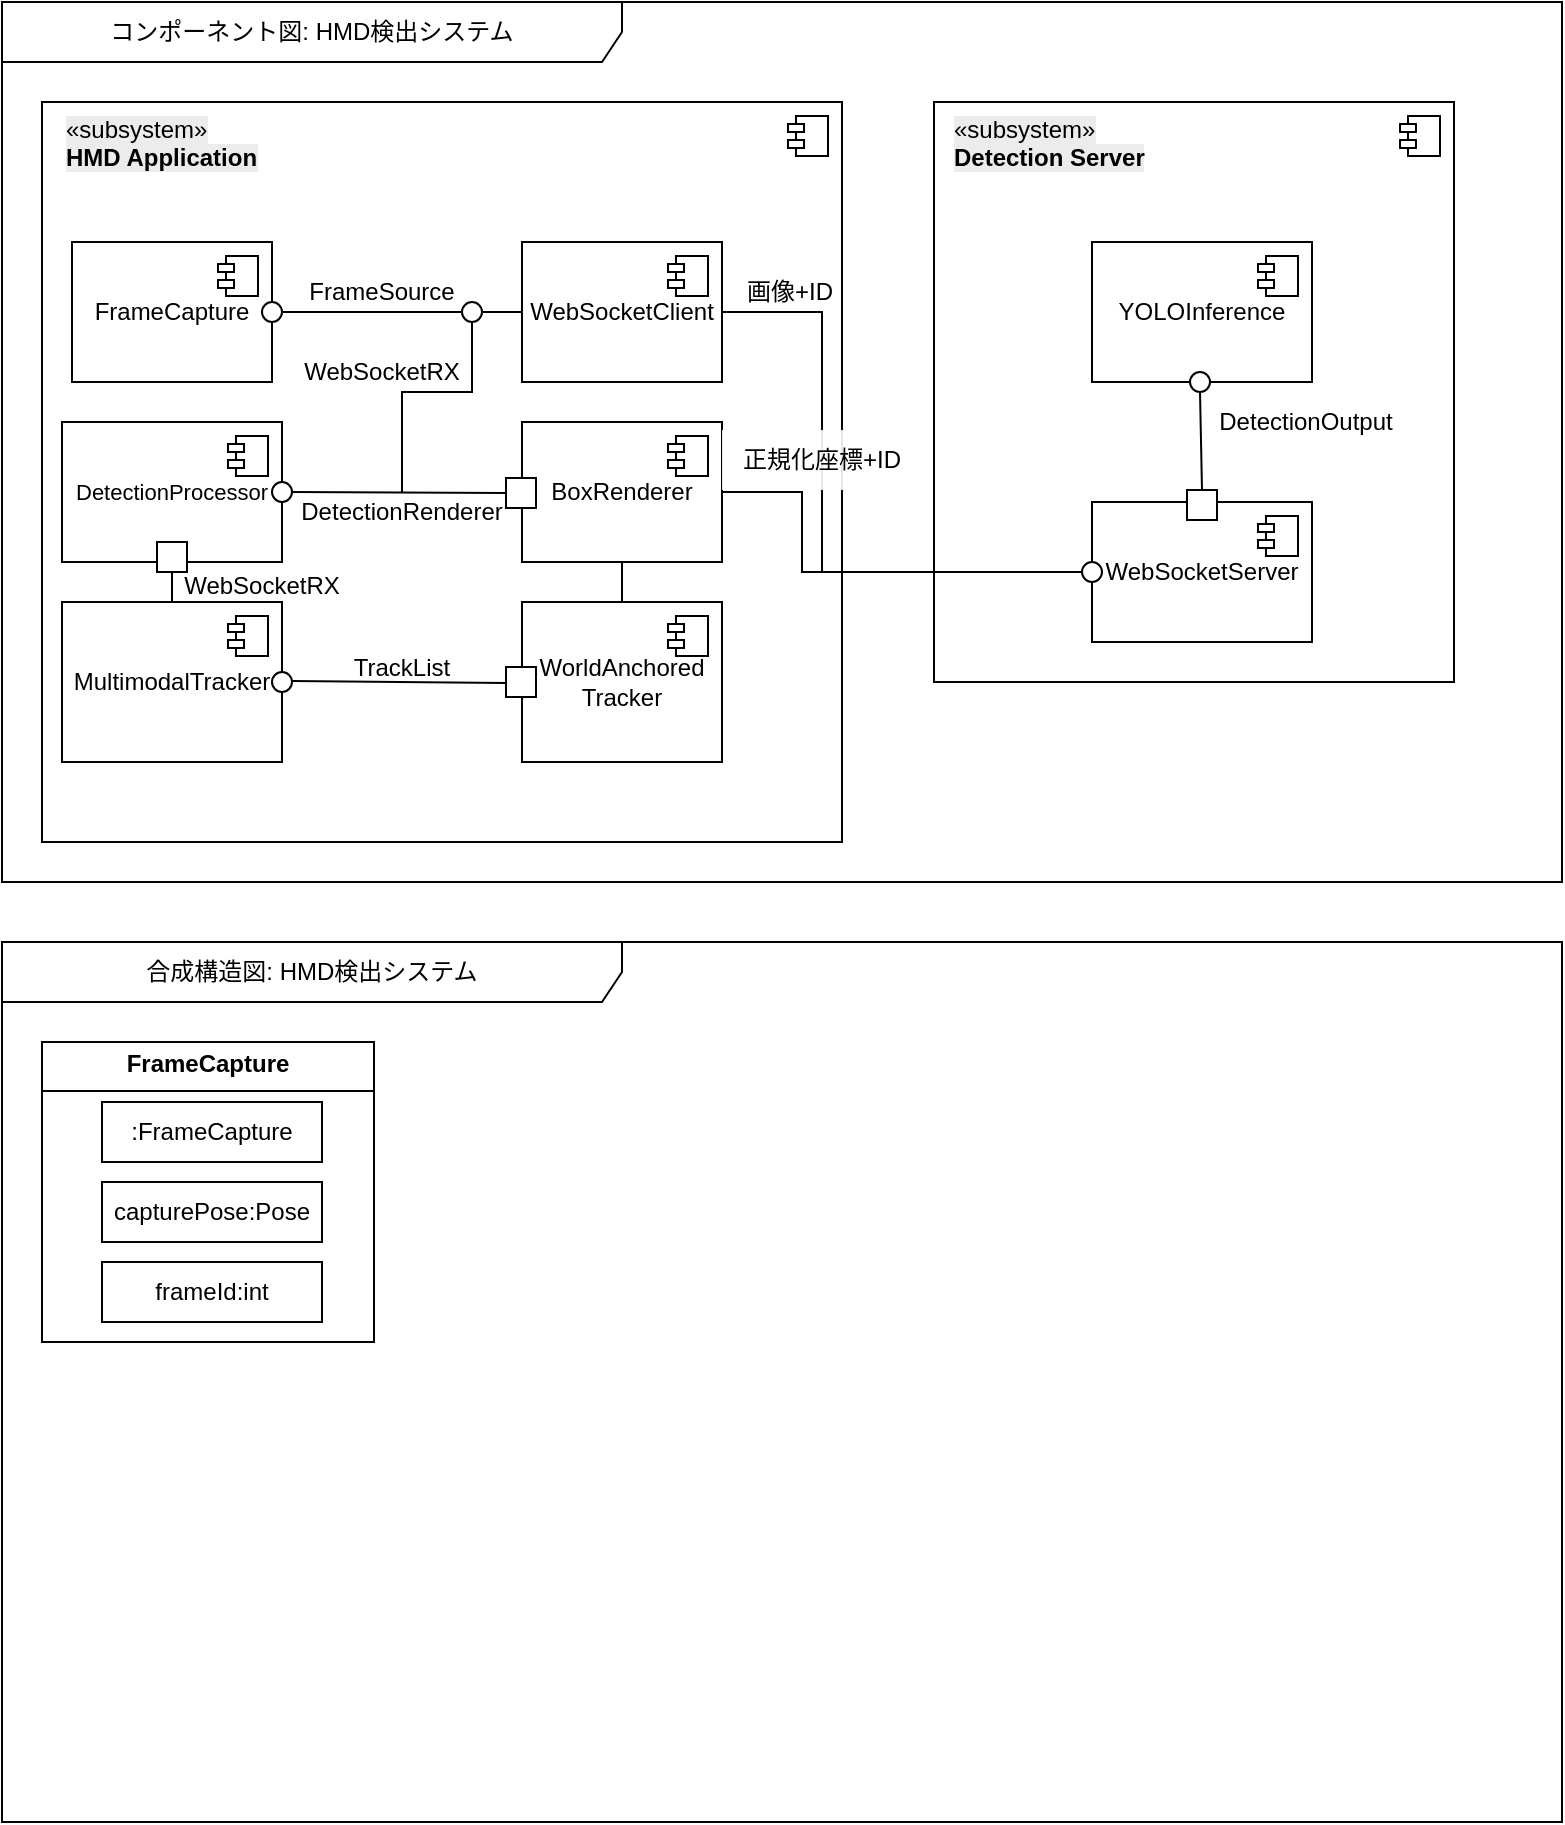
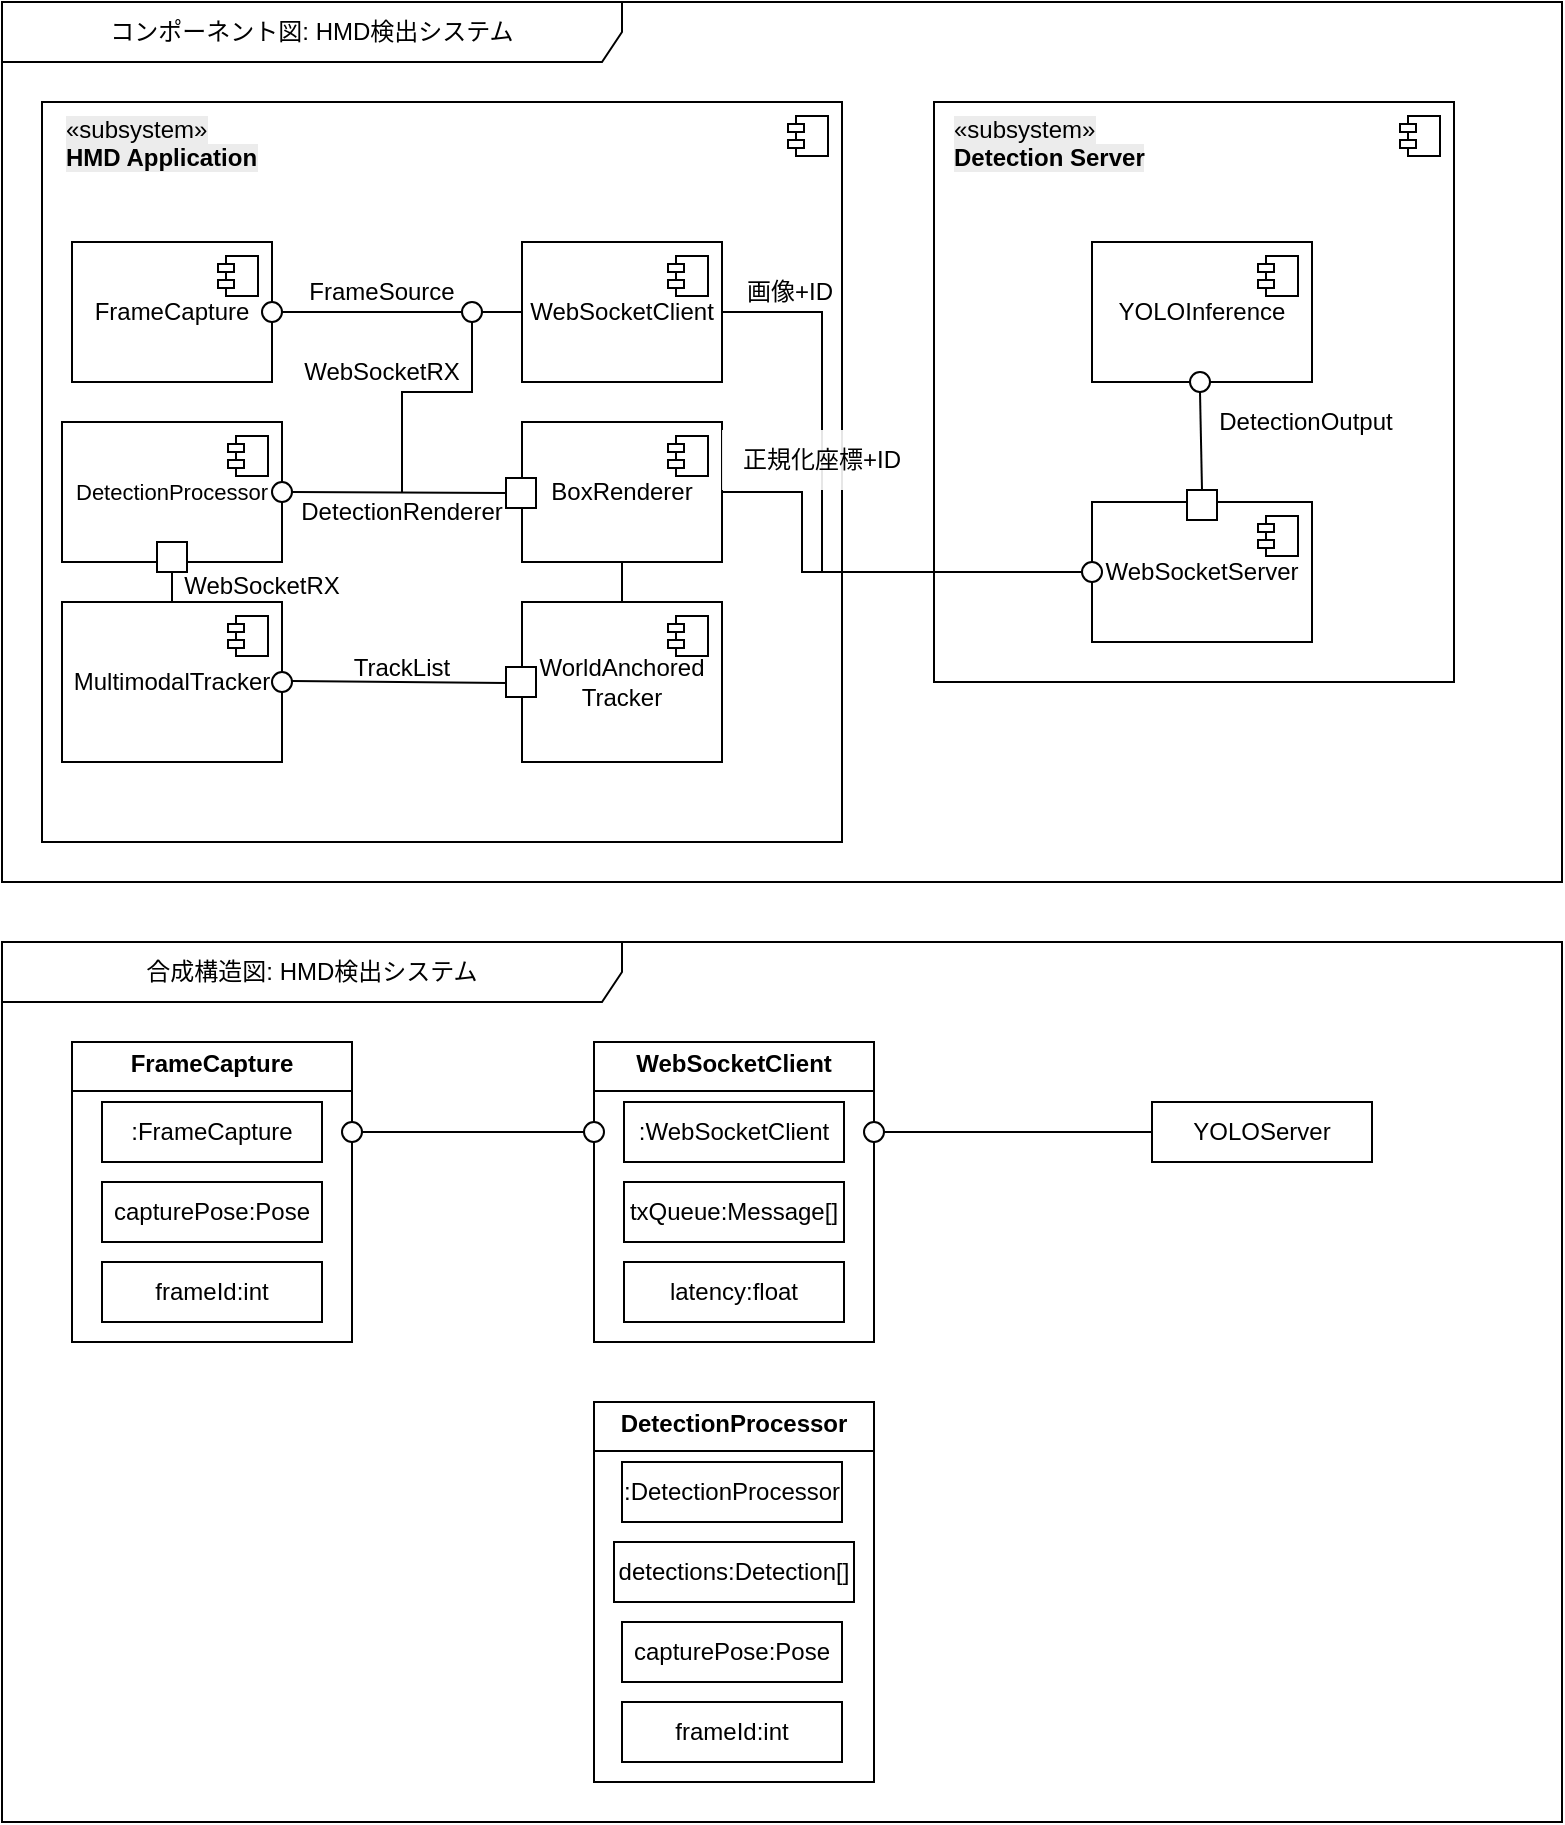
<mxfile host="app.diagrams.net">
  <diagram name="ページ-1" id="DtH6AvwE5zcW3kwFTXOg">
-     <mxGraphModel dx="803" dy="446" grid="1" gridSize="10" guides="1" tooltips="1" connect="1" arrows="1" fold="1" page="1" pageScale="1" pageWidth="827" pageHeight="1169" math="0" shadow="0">
+     <mxGraphModel dx="1609" dy="918" grid="1" gridSize="10" guides="1" tooltips="1" connect="1" arrows="1" fold="1" page="1" pageScale="1" pageWidth="827" pageHeight="1169" math="0" shadow="0">
      <root>
        <mxCell id="0" />
        <mxCell id="1" parent="0" />
        <mxCell id="3QeEdlnvxezNMO2gkXxy-1" parent="1" style="shape=umlFrame;whiteSpace=wrap;html=1;pointerEvents=0;width=310;height=30;" value="コンポーネント図: HMD検出システム" vertex="1">
          <mxGeometry height="440" width="780" x="24" y="10" as="geometry" />
        </mxCell>
        <mxCell id="3QeEdlnvxezNMO2gkXxy-2" parent="1" style="html=1;dropTarget=0;whiteSpace=wrap;align=left;" value="" vertex="1">
          <mxGeometry height="370" width="400" x="44" y="60" as="geometry" />
        </mxCell>
        <mxCell id="3QeEdlnvxezNMO2gkXxy-3" parent="3QeEdlnvxezNMO2gkXxy-2" style="shape=module;jettyWidth=8;jettyHeight=4;" value="" vertex="1">
          <mxGeometry height="20" relative="1" width="20" x="1" as="geometry">
            <mxPoint x="-27" y="7" as="offset" />
          </mxGeometry>
        </mxCell>
        <mxCell id="3QeEdlnvxezNMO2gkXxy-4" parent="1" style="text;whiteSpace=wrap;html=1;" value="&lt;span&gt;&lt;span style=&quot;color: rgb(0, 0, 0); font-family: Helvetica; font-size: 12px; font-style: normal; font-variant-ligatures: normal; font-variant-caps: normal; font-weight: 400; letter-spacing: normal; orphans: 2; text-align: left; text-indent: 0px; text-transform: none; widows: 2; word-spacing: 0px; -webkit-text-stroke-width: 0px; white-space: normal; text-decoration-thickness: initial; text-decoration-style: initial; text-decoration-color: initial; float: none; display: inline !important; background-color: rgb(236, 236, 236);&quot;&gt;«subsystem»&lt;/span&gt;&lt;br style=&quot;forced-color-adjust: none; color: rgb(0, 0, 0); font-family: Helvetica; font-size: 12px; font-style: normal; font-variant-ligatures: normal; font-variant-caps: normal; font-weight: 400; letter-spacing: normal; orphans: 2; text-align: left; text-indent: 0px; text-transform: none; widows: 2; word-spacing: 0px; -webkit-text-stroke-width: 0px; white-space: normal; text-decoration-thickness: initial; text-decoration-style: initial; text-decoration-color: initial; background-color: rgb(236, 236, 236);&quot;&gt;&lt;b style=&quot;forced-color-adjust: none; color: rgb(0, 0, 0); font-family: Helvetica; font-size: 12px; font-style: normal; font-variant-ligatures: normal; font-variant-caps: normal; letter-spacing: normal; orphans: 2; text-align: left; text-indent: 0px; text-transform: none; widows: 2; word-spacing: 0px; -webkit-text-stroke-width: 0px; white-space: normal; text-decoration-thickness: initial; text-decoration-style: initial; text-decoration-color: initial; background-color: rgb(236, 236, 236);&quot;&gt;HMD Application&lt;/b&gt;&lt;/span&gt;" vertex="1">
          <mxGeometry height="50" width="130" x="54" y="60" as="geometry" />
        </mxCell>
        <mxCell id="3QeEdlnvxezNMO2gkXxy-5" parent="1" style="html=1;dropTarget=0;whiteSpace=wrap;" value="FrameCapture" vertex="1">
          <mxGeometry height="70" width="100" x="59" y="130" as="geometry" />
        </mxCell>
        <mxCell id="3QeEdlnvxezNMO2gkXxy-6" parent="3QeEdlnvxezNMO2gkXxy-5" style="shape=module;jettyWidth=8;jettyHeight=4;" value="" vertex="1">
          <mxGeometry height="20" relative="1" width="20" x="1" as="geometry">
            <mxPoint x="-27" y="7" as="offset" />
          </mxGeometry>
        </mxCell>
        <mxCell id="3QeEdlnvxezNMO2gkXxy-7" parent="1" style="html=1;dropTarget=0;whiteSpace=wrap;" value="WebSocketClient&lt;span style=&quot;color: rgba(0, 0, 0, 0); font-family: monospace; font-size: 0px; text-align: start; text-wrap-mode: nowrap;&quot;&gt;%3CmxGraphModel%3E%3Croot%3E%3CmxCell%20id%3D%220%22%2F%3E%3CmxCell%20id%3D%221%22%20parent%3D%220%22%2F%3E%3CmxCell%20id%3D%222%22%20parent%3D%221%22%20style%3D%22html%3D1%3BdropTarget%3D0%3BwhiteSpace%3Dwrap%3B%22%20value%3D%22FrameCapture%22%20vertex%3D%221%22%3E%3CmxGeometry%20height%3D%2270%22%20width%3D%22100%22%20x%3D%2250%22%20y%3D%22150%22%20as%3D%22geometry%22%2F%3E%3C%2FmxCell%3E%3CmxCell%20id%3D%223%22%20parent%3D%222%22%20style%3D%22shape%3Dmodule%3BjettyWidth%3D8%3BjettyHeight%3D4%3B%22%20value%3D%22%22%20vertex%3D%221%22%3E%3CmxGeometry%20height%3D%2220%22%20relative%3D%221%22%20width%3D%2220%22%20x%3D%221%22%20as%3D%22geometry%22%3E%3CmxPoint%20x%3D%22-27%22%20y%3D%227%22%20as%3D%22offset%22%2F%3E%3C%2FmxGeometry%3E%3C%2FmxCell%3E%3C%2Froot%3E%3C%2FmxGraphModel%3E&lt;/span&gt;&lt;span style=&quot;color: rgba(0, 0, 0, 0); font-family: monospace; font-size: 0px; text-align: start; text-wrap-mode: nowrap;&quot;&gt;%3CmxGraphModel%3E%3Croot%3E%3CmxCell%20id%3D%220%22%2F%3E%3CmxCell%20id%3D%221%22%20parent%3D%220%22%2F%3E%3CmxCell%20id%3D%222%22%20parent%3D%221%22%20style%3D%22html%3D1%3BdropTarget%3D0%3BwhiteSpace%3Dwrap%3B%22%20value%3D%22FrameCapture%22%20vertex%3D%221%22%3E%3CmxGeometry%20height%3D%2270%22%20width%3D%22100%22%20x%3D%2250%22%20y%3D%22150%22%20as%3D%22geometry%22%2F%3E%3C%2FmxCell%3E%3CmxCell%20id%3D%223%22%20parent%3D%222%22%20style%3D%22shape%3Dmodule%3BjettyWidth%3D8%3BjettyHeight%3D4%3B%22%20value%3D%22%22%20vertex%3D%221%22%3E%3CmxGeometry%20height%3D%2220%22%20relative%3D%221%22%20width%3D%2220%22%20x%3D%221%22%20as%3D%22geometry%22%3E%3CmxPoint%20x%3D%22-27%22%20y%3D%227%22%20as%3D%22offset%22%2F%3E%3C%2FmxGeometry%3E%3C%2FmxCell%3E%3C%2Froot%3E%3C%2FmxGraphModel%3E&lt;/span&gt;" vertex="1">
          <mxGeometry height="70" width="100" x="284" y="130" as="geometry" />
        </mxCell>
        <mxCell id="3QeEdlnvxezNMO2gkXxy-8" parent="3QeEdlnvxezNMO2gkXxy-7" style="shape=module;jettyWidth=8;jettyHeight=4;" value="" vertex="1">
          <mxGeometry height="20" relative="1" width="20" x="1" as="geometry">
            <mxPoint x="-27" y="7" as="offset" />
          </mxGeometry>
        </mxCell>
        <mxCell id="3QeEdlnvxezNMO2gkXxy-9" parent="1" style="html=1;dropTarget=0;whiteSpace=wrap;" value="&lt;font style=&quot;font-size: 11px;&quot;&gt;DetectionProcessor&lt;/font&gt;" vertex="1">
          <mxGeometry height="70" width="110" x="54" y="220" as="geometry" />
        </mxCell>
        <mxCell id="3QeEdlnvxezNMO2gkXxy-10" parent="3QeEdlnvxezNMO2gkXxy-9" style="shape=module;jettyWidth=8;jettyHeight=4;" value="" vertex="1">
          <mxGeometry height="20" relative="1" width="20" x="1" as="geometry">
            <mxPoint x="-27" y="7" as="offset" />
          </mxGeometry>
        </mxCell>
        <mxCell id="3QeEdlnvxezNMO2gkXxy-11" parent="1" style="html=1;dropTarget=0;whiteSpace=wrap;" value="BoxRenderer" vertex="1">
          <mxGeometry height="70" width="100" x="284" y="220" as="geometry" />
        </mxCell>
        <mxCell id="3QeEdlnvxezNMO2gkXxy-12" parent="3QeEdlnvxezNMO2gkXxy-11" style="shape=module;jettyWidth=8;jettyHeight=4;" value="" vertex="1">
          <mxGeometry height="20" relative="1" width="20" x="1" as="geometry">
            <mxPoint x="-27" y="7" as="offset" />
          </mxGeometry>
        </mxCell>
        <mxCell id="3QeEdlnvxezNMO2gkXxy-13" parent="1" style="html=1;dropTarget=0;whiteSpace=wrap;" value="MultimodalTracker" vertex="1">
          <mxGeometry height="80" width="110" x="54" y="310" as="geometry" />
        </mxCell>
        <mxCell id="3QeEdlnvxezNMO2gkXxy-14" parent="3QeEdlnvxezNMO2gkXxy-13" style="shape=module;jettyWidth=8;jettyHeight=4;" value="" vertex="1">
          <mxGeometry height="20" relative="1" width="20" x="1" as="geometry">
            <mxPoint x="-27" y="7" as="offset" />
          </mxGeometry>
        </mxCell>
        <mxCell id="3QeEdlnvxezNMO2gkXxy-15" parent="1" style="html=1;dropTarget=0;whiteSpace=wrap;" value="WorldAnchored&lt;div&gt;Tracker&lt;/div&gt;" vertex="1">
          <mxGeometry height="80" width="100" x="284" y="310" as="geometry" />
        </mxCell>
        <mxCell id="3QeEdlnvxezNMO2gkXxy-16" parent="3QeEdlnvxezNMO2gkXxy-15" style="shape=module;jettyWidth=8;jettyHeight=4;" value="" vertex="1">
          <mxGeometry height="20" relative="1" width="20" x="1" as="geometry">
            <mxPoint x="-27" y="7" as="offset" />
          </mxGeometry>
        </mxCell>
        <mxCell id="3QeEdlnvxezNMO2gkXxy-18" parent="1" style="ellipse;whiteSpace=wrap;html=1;aspect=fixed;" value="" vertex="1">
          <mxGeometry height="10" width="10" x="154" y="160" as="geometry" />
        </mxCell>
        <mxCell id="3QeEdlnvxezNMO2gkXxy-19" edge="1" parent="1" source="3QeEdlnvxezNMO2gkXxy-18" style="endArrow=none;html=1;rounded=0;exitX=1;exitY=0.5;exitDx=0;exitDy=0;entryX=0;entryY=0.5;entryDx=0;entryDy=0;" target="3QeEdlnvxezNMO2gkXxy-7" value="">
          <mxGeometry height="50" relative="1" width="50" as="geometry">
            <mxPoint x="214" y="180.90909090909088" as="sourcePoint" />
            <mxPoint x="214" y="199.09090909090912" as="targetPoint" />
          </mxGeometry>
        </mxCell>
        <mxCell id="3QeEdlnvxezNMO2gkXxy-20" parent="1" style="ellipse;whiteSpace=wrap;html=1;aspect=fixed;" value="" vertex="1">
          <mxGeometry height="10" width="10" x="159" y="250" as="geometry" />
        </mxCell>
        <mxCell id="3QeEdlnvxezNMO2gkXxy-21" parent="1" style="whiteSpace=wrap;html=1;aspect=fixed;" value="" vertex="1">
          <mxGeometry height="15" width="15" x="276" y="248" as="geometry" />
        </mxCell>
        <mxCell id="3QeEdlnvxezNMO2gkXxy-22" edge="1" parent="1" source="3QeEdlnvxezNMO2gkXxy-21" style="endArrow=none;html=1;rounded=0;entryX=1;entryY=0.5;entryDx=0;entryDy=0;exitX=0;exitY=0.5;exitDx=0;exitDy=0;" target="3QeEdlnvxezNMO2gkXxy-20" value="">
          <mxGeometry height="50" relative="1" width="50" as="geometry">
            <Array as="points" />
            <mxPoint x="314" y="310" as="sourcePoint" />
            <mxPoint x="364" y="260" as="targetPoint" />
          </mxGeometry>
        </mxCell>
        <mxCell id="3QeEdlnvxezNMO2gkXxy-23" edge="1" parent="1" style="endArrow=none;html=1;rounded=0;entryX=0.5;entryY=1;entryDx=0;entryDy=0;" value="">
          <mxGeometry height="50" relative="1" width="50" as="geometry">
            <Array as="points">
              <mxPoint x="224" y="235" />
              <mxPoint x="224" y="205" />
              <mxPoint x="259" y="205" />
            </Array>
            <mxPoint x="224" y="255" as="sourcePoint" />
            <mxPoint x="259" y="165" as="targetPoint" />
          </mxGeometry>
        </mxCell>
        <mxCell id="3QeEdlnvxezNMO2gkXxy-17" parent="1" style="ellipse;whiteSpace=wrap;html=1;aspect=fixed;" value="" vertex="1">
          <mxGeometry height="10" width="10" x="254" y="160" as="geometry" />
        </mxCell>
        <mxCell id="3QeEdlnvxezNMO2gkXxy-24" parent="1" style="whiteSpace=wrap;html=1;aspect=fixed;" value="" vertex="1">
          <mxGeometry height="15" width="15" x="101.5" y="280" as="geometry" />
        </mxCell>
        <mxCell id="3QeEdlnvxezNMO2gkXxy-25" parent="1" style="whiteSpace=wrap;html=1;aspect=fixed;" value="" vertex="1">
          <mxGeometry height="15" width="15" x="276" y="342.5" as="geometry" />
        </mxCell>
        <mxCell id="3QeEdlnvxezNMO2gkXxy-26" parent="1" style="ellipse;whiteSpace=wrap;html=1;aspect=fixed;" value="" vertex="1">
          <mxGeometry height="10" width="10" x="159" y="345" as="geometry" />
        </mxCell>
        <mxCell id="3QeEdlnvxezNMO2gkXxy-27" edge="1" parent="1" style="endArrow=none;html=1;rounded=0;entryX=1;entryY=0.5;entryDx=0;entryDy=0;exitX=0;exitY=0.5;exitDx=0;exitDy=0;" value="">
          <mxGeometry height="50" relative="1" width="50" as="geometry">
            <Array as="points" />
            <mxPoint x="276" y="350.5" as="sourcePoint" />
            <mxPoint x="169" y="349.5" as="targetPoint" />
          </mxGeometry>
        </mxCell>
        <mxCell id="3QeEdlnvxezNMO2gkXxy-28" edge="1" parent="1" source="3QeEdlnvxezNMO2gkXxy-13" style="endArrow=none;html=1;rounded=0;entryX=0.5;entryY=1;entryDx=0;entryDy=0;exitX=0.5;exitY=0;exitDx=0;exitDy=0;" target="3QeEdlnvxezNMO2gkXxy-24" value="">
          <mxGeometry height="50" relative="1" width="50" as="geometry">
            <Array as="points" />
            <mxPoint x="281" y="311" as="sourcePoint" />
            <mxPoint x="174" y="310" as="targetPoint" />
          </mxGeometry>
        </mxCell>
        <mxCell id="3QeEdlnvxezNMO2gkXxy-29" edge="1" parent="1" source="3QeEdlnvxezNMO2gkXxy-15" style="endArrow=none;html=1;rounded=0;entryX=0.5;entryY=1;entryDx=0;entryDy=0;exitX=0.5;exitY=0;exitDx=0;exitDy=0;" target="3QeEdlnvxezNMO2gkXxy-11" value="">
          <mxGeometry height="50" relative="1" width="50" as="geometry">
            <Array as="points" />
            <mxPoint x="321" y="301" as="sourcePoint" />
            <mxPoint x="214" y="300" as="targetPoint" />
          </mxGeometry>
        </mxCell>
        <mxCell id="3QeEdlnvxezNMO2gkXxy-30" parent="1" style="text;html=1;whiteSpace=wrap;strokeColor=none;fillColor=none;align=center;verticalAlign=middle;rounded=0;" value="FrameSource" vertex="1">
          <mxGeometry height="30" width="60" x="184" y="140" as="geometry" />
        </mxCell>
        <mxCell id="3QeEdlnvxezNMO2gkXxy-31" parent="1" style="text;html=1;whiteSpace=wrap;strokeColor=none;fillColor=none;align=center;verticalAlign=middle;rounded=0;" value="WebSocketRX" vertex="1">
          <mxGeometry height="30" width="60" x="184" y="180" as="geometry" />
        </mxCell>
        <mxCell id="3QeEdlnvxezNMO2gkXxy-34" parent="1" style="text;html=1;whiteSpace=wrap;strokeColor=none;fillColor=none;align=center;verticalAlign=middle;rounded=0;" value="DetectionRenderer" vertex="1">
          <mxGeometry height="30" width="60" x="194" y="250" as="geometry" />
        </mxCell>
        <mxCell id="3QeEdlnvxezNMO2gkXxy-35" parent="1" style="text;html=1;whiteSpace=wrap;strokeColor=none;fillColor=none;align=center;verticalAlign=middle;rounded=0;" value="WebSocketRX" vertex="1">
          <mxGeometry height="30" width="60" x="124" y="287" as="geometry" />
        </mxCell>
        <mxCell id="3QeEdlnvxezNMO2gkXxy-36" parent="1" style="text;html=1;whiteSpace=wrap;strokeColor=none;fillColor=none;align=center;verticalAlign=middle;rounded=0;" value="TrackList" vertex="1">
          <mxGeometry height="30" width="60" x="194" y="327.5" as="geometry" />
        </mxCell>
        <mxCell id="3QeEdlnvxezNMO2gkXxy-37" parent="1" style="html=1;dropTarget=0;whiteSpace=wrap;align=left;" value="&lt;mxGraphModel&gt;&lt;root&gt;&lt;mxCell id=&quot;0&quot;/&gt;&lt;mxCell id=&quot;1&quot; parent=&quot;0&quot;/&gt;&lt;mxCell id=&quot;2&quot; parent=&quot;1&quot; style=&quot;html=1;dropTarget=0;whiteSpace=wrap;&quot; value=&quot;WebSocketClient&amp;lt;span style=&amp;quot;color: rgba(0, 0, 0, 0); font-family: monospace; font-size: 0px; text-align: start; text-wrap-mode: nowrap;&amp;quot;&amp;gt;%3CmxGraphModel%3E%3Croot%3E%3CmxCell%20id%3D%220%22%2F%3E%3CmxCell%20id%3D%221%22%20parent%3D%220%22%2F%3E%3CmxCell%20id%3D%222%22%20parent%3D%221%22%20style%3D%22html%3D1%3BdropTarget%3D0%3BwhiteSpace%3Dwrap%3B%22%20value%3D%22FrameCapture%22%20vertex%3D%221%22%3E%3CmxGeometry%20height%3D%2270%22%20width%3D%22100%22%20x%3D%2250%22%20y%3D%22150%22%20as%3D%22geometry%22%2F%3E%3C%2FmxCell%3E%3CmxCell%20id%3D%223%22%20parent%3D%222%22%20style%3D%22shape%3Dmodule%3BjettyWidth%3D8%3BjettyHeight%3D4%3B%22%20value%3D%22%22%20vertex%3D%221%22%3E%3CmxGeometry%20height%3D%2220%22%20relative%3D%221%22%20width%3D%2220%22%20x%3D%221%22%20as%3D%22geometry%22%3E%3CmxPoint%20x%3D%22-27%22%20y%3D%227%22%20as%3D%22offset%22%2F%3E%3C%2FmxGeometry%3E%3C%2FmxCell%3E%3C%2Froot%3E%3C%2FmxGraphModel%3E&amp;lt;/span&amp;gt;&amp;lt;span style=&amp;quot;color: rgba(0, 0, 0, 0); font-family: monospace; font-size: 0px; text-align: start; text-wrap-mode: nowrap;&amp;quot;&amp;gt;%3CmxGraphModel%3E%3Croot%3E%3CmxCell%20id%3D%220%22%2F%3E%3CmxCell%20id%3D%221%22%20parent%3D%220%22%2F%3E%3CmxCell%20id%3D%222%22%20parent%3D%221%22%20style%3D%22html%3D1%3BdropTarget%3D0%3BwhiteSpace%3Dwrap%3B%22%20value%3D%22FrameCapture%22%20vertex%3D%221%22%3E%3CmxGeometry%20height%3D%2270%22%20width%3D%22100%22%20x%3D%2250%22%20y%3D%22150%22%20as%3D%22geometry%22%2F%3E%3C%2FmxCell%3E%3CmxCell%20id%3D%223%22%20parent%3D%222%22%20style%3D%22shape%3Dmodule%3BjettyWidth%3D8%3BjettyHeight%3D4%3B%22%20value%3D%22%22%20vertex%3D%221%22%3E%3CmxGeometry%20height%3D%2220%22%20relative%3D%221%22%20width%3D%2220%22%20x%3D%221%22%20as%3D%22geometry%22%3E%3CmxPoint%20x%3D%22-27%22%20y%3D%227%22%20as%3D%22offset%22%2F%3E%3C%2FmxGeometry%3E%3C%2FmxCell%3E%3C%2Froot%3E%3C%2FmxGraphModel%3E" vertex="1">
          <mxGeometry height="290" width="260" x="490" y="60" as="geometry" />
        </mxCell>
        <mxCell id="3QeEdlnvxezNMO2gkXxy-38" parent="3QeEdlnvxezNMO2gkXxy-37" style="shape=module;jettyWidth=8;jettyHeight=4;" value="" vertex="1">
          <mxGeometry height="20" relative="1" width="20" x="1" as="geometry">
            <mxPoint x="-27" y="7" as="offset" />
          </mxGeometry>
        </mxCell>
        <mxCell id="3QeEdlnvxezNMO2gkXxy-39" parent="1" style="text;whiteSpace=wrap;html=1;" value="&lt;span&gt;&lt;span style=&quot;color: rgb(0, 0, 0); font-family: Helvetica; font-size: 12px; font-style: normal; font-variant-ligatures: normal; font-variant-caps: normal; font-weight: 400; letter-spacing: normal; orphans: 2; text-align: left; text-indent: 0px; text-transform: none; widows: 2; word-spacing: 0px; -webkit-text-stroke-width: 0px; white-space: normal; text-decoration-thickness: initial; text-decoration-style: initial; text-decoration-color: initial; float: none; background-color: rgb(236, 236, 236); display: inline !important;&quot;&gt;«subsystem»&lt;/span&gt;&lt;br style=&quot;forced-color-adjust: none; color: rgb(0, 0, 0); font-family: Helvetica; font-size: 12px; font-style: normal; font-variant-ligatures: normal; font-variant-caps: normal; font-weight: 400; letter-spacing: normal; orphans: 2; text-align: left; text-indent: 0px; text-transform: none; widows: 2; word-spacing: 0px; -webkit-text-stroke-width: 0px; white-space: normal; text-decoration-thickness: initial; text-decoration-style: initial; text-decoration-color: initial; background-color: rgb(236, 236, 236);&quot;&gt;&lt;b style=&quot;forced-color-adjust: none; color: rgb(0, 0, 0); font-family: Helvetica; font-size: 12px; font-style: normal; font-variant-ligatures: normal; font-variant-caps: normal; letter-spacing: normal; orphans: 2; text-align: left; text-indent: 0px; text-transform: none; widows: 2; word-spacing: 0px; -webkit-text-stroke-width: 0px; white-space: normal; text-decoration-thickness: initial; text-decoration-style: initial; text-decoration-color: initial; background-color: rgb(236, 236, 236);&quot;&gt;Detection Server&lt;/b&gt;&lt;/span&gt;" vertex="1">
          <mxGeometry height="50" width="130" x="498" y="60" as="geometry" />
        </mxCell>
        <mxCell id="3QeEdlnvxezNMO2gkXxy-41" parent="1" style="html=1;dropTarget=0;whiteSpace=wrap;" value="YOLOInference" vertex="1">
          <mxGeometry height="70" width="110" x="569" y="130" as="geometry" />
        </mxCell>
        <mxCell id="3QeEdlnvxezNMO2gkXxy-42" parent="3QeEdlnvxezNMO2gkXxy-41" style="shape=module;jettyWidth=8;jettyHeight=4;" value="" vertex="1">
          <mxGeometry height="20" relative="1" width="20" x="1" as="geometry">
            <mxPoint x="-27" y="7" as="offset" />
          </mxGeometry>
        </mxCell>
        <mxCell id="3QeEdlnvxezNMO2gkXxy-43" parent="1" style="html=1;dropTarget=0;whiteSpace=wrap;" value="WebSocketServer" vertex="1">
          <mxGeometry height="70" width="110" x="569" y="260" as="geometry" />
        </mxCell>
        <mxCell id="3QeEdlnvxezNMO2gkXxy-44" parent="3QeEdlnvxezNMO2gkXxy-43" style="shape=module;jettyWidth=8;jettyHeight=4;" value="" vertex="1">
          <mxGeometry height="20" relative="1" width="20" x="1" as="geometry">
            <mxPoint x="-27" y="7" as="offset" />
          </mxGeometry>
        </mxCell>
        <mxCell id="3QeEdlnvxezNMO2gkXxy-45" parent="1" style="ellipse;whiteSpace=wrap;html=1;aspect=fixed;" value="" vertex="1">
          <mxGeometry height="10" width="10" x="618" y="195" as="geometry" />
        </mxCell>
        <mxCell id="3QeEdlnvxezNMO2gkXxy-46" parent="1" style="ellipse;whiteSpace=wrap;html=1;aspect=fixed;" value="" vertex="1">
          <mxGeometry height="10" width="10" x="564" y="290" as="geometry" />
        </mxCell>
        <mxCell id="3QeEdlnvxezNMO2gkXxy-47" parent="1" style="whiteSpace=wrap;html=1;aspect=fixed;" value="" vertex="1">
          <mxGeometry height="15" width="15" x="616.5" y="254" as="geometry" />
        </mxCell>
        <mxCell id="3QeEdlnvxezNMO2gkXxy-48" edge="1" parent="1" source="3QeEdlnvxezNMO2gkXxy-47" style="endArrow=none;html=1;rounded=0;entryX=0.5;entryY=1;entryDx=0;entryDy=0;exitX=0.5;exitY=0;exitDx=0;exitDy=0;" target="3QeEdlnvxezNMO2gkXxy-45" value="">
          <mxGeometry height="50" relative="1" width="50" as="geometry">
            <mxPoint x="434" y="250" as="sourcePoint" />
            <mxPoint x="484" y="200" as="targetPoint" />
          </mxGeometry>
        </mxCell>
        <mxCell id="3QeEdlnvxezNMO2gkXxy-50" edge="1" parent="1" source="3QeEdlnvxezNMO2gkXxy-46" style="endArrow=none;html=1;rounded=0;entryX=1;entryY=0.5;entryDx=0;entryDy=0;exitX=0;exitY=0.5;exitDx=0;exitDy=0;" target="3QeEdlnvxezNMO2gkXxy-7" value="">
          <mxGeometry height="50" relative="1" width="50" as="geometry">
            <Array as="points">
              <mxPoint x="434" y="295" />
              <mxPoint x="434" y="165" />
            </Array>
            <mxPoint x="434" y="250" as="sourcePoint" />
            <mxPoint x="484" y="200" as="targetPoint" />
          </mxGeometry>
        </mxCell>
        <mxCell id="3QeEdlnvxezNMO2gkXxy-51" edge="1" parent="1" source="3QeEdlnvxezNMO2gkXxy-11" style="endArrow=none;html=1;rounded=0;exitX=1;exitY=0.5;exitDx=0;exitDy=0;entryX=0;entryY=0.5;entryDx=0;entryDy=0;" target="3QeEdlnvxezNMO2gkXxy-46" value="">
          <mxGeometry height="50" relative="1" width="50" as="geometry">
            <Array as="points">
              <mxPoint x="424" y="255" />
              <mxPoint x="424" y="295" />
            </Array>
            <mxPoint x="434" y="250" as="sourcePoint" />
            <mxPoint x="484" y="200" as="targetPoint" />
          </mxGeometry>
        </mxCell>
        <mxCell id="3QeEdlnvxezNMO2gkXxy-52" parent="1" style="text;html=1;whiteSpace=wrap;strokeColor=none;fillColor=none;align=center;verticalAlign=middle;rounded=0;" value="画像+ID" vertex="1">
          <mxGeometry height="30" width="60" x="388" y="140" as="geometry" />
        </mxCell>
        <mxCell id="3QeEdlnvxezNMO2gkXxy-53" parent="1" style="text;html=1;whiteSpace=wrap;strokeColor=none;fillColor=default;align=center;verticalAlign=middle;rounded=0;opacity=90;" value="正規化座標+ID" vertex="1">
          <mxGeometry height="30" width="100" x="384" y="224" as="geometry" />
        </mxCell>
        <mxCell id="3QeEdlnvxezNMO2gkXxy-54" parent="1" style="text;html=1;whiteSpace=wrap;strokeColor=none;fillColor=none;align=center;verticalAlign=middle;rounded=0;" value="DetectionOutput" vertex="1">
          <mxGeometry height="30" width="96" x="628" y="205" as="geometry" />
        </mxCell>
+         <mxCell id="3QeEdlnvxezNMO2gkXxy-65" parent="1" style="verticalAlign=top;align=left;overflow=fill;html=1;whiteSpace=wrap;" value="&lt;p style=&quot;margin:0px;margin-top:4px;text-align:center;&quot;&gt;&lt;b&gt;FrameCapture&lt;/b&gt;&lt;/p&gt;&lt;hr size=&quot;1&quot; style=&quot;border-style:solid;&quot;&gt;&lt;div style=&quot;height:2px;&quot;&gt;&lt;/div&gt;" vertex="1">
+           <mxGeometry height="150" width="140" x="59" y="530" as="geometry" />
+         </mxCell>
        <mxCell id="3QeEdlnvxezNMO2gkXxy-55" parent="1" style="shape=umlFrame;whiteSpace=wrap;html=1;pointerEvents=0;width=310;height=30;" value="合成構造図: HMD検出システム" vertex="1">
          <mxGeometry height="440" width="780" x="24" y="480" as="geometry" />
        </mxCell>
-         <mxCell id="3QeEdlnvxezNMO2gkXxy-56" parent="1" style="verticalAlign=top;align=left;overflow=fill;html=1;whiteSpace=wrap;" value="&lt;p style=&quot;margin:0px;margin-top:4px;text-align:center;&quot;&gt;&lt;b&gt;FrameCapture&lt;/b&gt;&lt;/p&gt;&lt;hr size=&quot;1&quot; style=&quot;border-style:solid;&quot;&gt;&lt;div style=&quot;height:2px;&quot;&gt;&lt;/div&gt;" vertex="1">
-           <mxGeometry height="150" width="166" x="44" y="530" as="geometry" />
-         </mxCell>
        <mxCell id="3QeEdlnvxezNMO2gkXxy-57" parent="1" style="html=1;whiteSpace=wrap;" value=":FrameCapture" vertex="1">
          <mxGeometry height="30" width="110" x="74" y="560" as="geometry" />
        </mxCell>
        <mxCell id="3QeEdlnvxezNMO2gkXxy-58" parent="1" style="html=1;whiteSpace=wrap;" value="capturePose:Pose&lt;span style=&quot;color: rgba(0, 0, 0, 0); font-family: monospace; font-size: 0px; text-align: start; text-wrap-mode: nowrap;&quot;&gt;%3CmxGraphModel%3E%3Croot%3E%3CmxCell%20id%3D%220%22%2F%3E%3CmxCell%20id%3D%221%22%20parent%3D%220%22%2F%3E%3CmxCell%20id%3D%222%22%20parent%3D%221%22%20style%3D%22html%3D1%3BwhiteSpace%3Dwrap%3B%22%20value%3D%22%3AFrameCapture%22%20vertex%3D%221%22%3E%3CmxGeometry%20height%3D%2230%22%20width%3D%22110%22%20x%3D%2299%22%20y%3D%22560%22%20as%3D%22geometry%22%2F%3E%3C%2FmxCell%3E%3C%2Froot%3E%3C%2FmxGraphModel%3E&lt;/span&gt;&lt;span style=&quot;color: rgba(0, 0, 0, 0); font-family: monospace; font-size: 0px; text-align: start; text-wrap-mode: nowrap;&quot;&gt;%3CmxGraphModel%3E%3Croot%3E%3CmxCell%20id%3D%220%22%2F%3E%3CmxCell%20id%3D%221%22%20parent%3D%220%22%2F%3E%3CmxCell%20id%3D%222%22%20parent%3D%221%22%20style%3D%22html%3D1%3BwhiteSpace%3Dwrap%3B%22%20value%3D%22%3AFrameCapture%22%20vertex%3D%221%22%3E%3CmxGeometry%20height%3D%2230%22%20width%3D%22110%22%20x%3D%2299%22%20y%3D%22560%22%20as%3D%22geometry%22%2F%3E%3C%2FmxCell%3E%3C%2Froot%3E%3C%2FmxGraphModel%3E&lt;/span&gt;&lt;span style=&quot;color: rgba(0, 0, 0, 0); font-family: monospace; font-size: 0px; text-align: start; text-wrap-mode: nowrap;&quot;&gt;%3CmxGraphModel%3E%3Croot%3E%3CmxCell%20id%3D%220%22%2F%3E%3CmxCell%20id%3D%221%22%20parent%3D%220%22%2F%3E%3CmxCell%20id%3D%222%22%20parent%3D%221%22%20style%3D%22html%3D1%3BwhiteSpace%3Dwrap%3B%22%20value%3D%22%3AFrameCapture%22%20vertex%3D%221%22%3E%3CmxGeometry%20height%3D%2230%22%20width%3D%22110%22%20x%3D%2299%22%20y%3D%22560%22%20as%3D%22geometry%22%2F%3E%3C%2FmxCell%3E%3C%2Froot%3E%3C%2FmxGraphModel%3E&lt;/span&gt;" vertex="1">
          <mxGeometry height="30" width="110" x="74" y="600" as="geometry" />
        </mxCell>
        <mxCell id="3QeEdlnvxezNMO2gkXxy-60" parent="1" style="html=1;whiteSpace=wrap;" value="frameId:int" vertex="1">
          <mxGeometry height="30" width="110" x="74" y="640" as="geometry" />
+         </mxCell>
+         <mxCell id="3QeEdlnvxezNMO2gkXxy-64" parent="1" style="verticalAlign=top;align=left;overflow=fill;html=1;whiteSpace=wrap;" value="&lt;p style=&quot;margin:0px;margin-top:4px;text-align:center;&quot;&gt;&lt;b&gt;WebSocketClient&lt;/b&gt;&lt;/p&gt;&lt;hr size=&quot;1&quot; style=&quot;border-style:solid;&quot;&gt;&lt;div style=&quot;height:2px;&quot;&gt;&lt;/div&gt;" vertex="1">
+           <mxGeometry height="150" width="140" x="320" y="530" as="geometry" />
+         </mxCell>
+         <mxCell id="3QeEdlnvxezNMO2gkXxy-67" parent="1" style="html=1;whiteSpace=wrap;" value=":WebSocketClient" vertex="1">
+           <mxGeometry height="30" width="110" x="335" y="560" as="geometry" />
+         </mxCell>
+         <mxCell id="3QeEdlnvxezNMO2gkXxy-68" parent="1" style="html=1;whiteSpace=wrap;" value="txQueue:Message[]" vertex="1">
+           <mxGeometry height="30" width="110" x="335" y="600" as="geometry" />
+         </mxCell>
+         <mxCell id="3QeEdlnvxezNMO2gkXxy-69" parent="1" style="html=1;whiteSpace=wrap;" value="latency:float" vertex="1">
+           <mxGeometry height="30" width="110" x="335" y="640" as="geometry" />
+         </mxCell>
+         <mxCell id="3QeEdlnvxezNMO2gkXxy-70" parent="1" style="ellipse;whiteSpace=wrap;html=1;aspect=fixed;" value="" vertex="1">
+           <mxGeometry height="10" width="10" x="194" y="570" as="geometry" />
+         </mxCell>
+         <mxCell id="3QeEdlnvxezNMO2gkXxy-71" parent="1" style="ellipse;whiteSpace=wrap;html=1;aspect=fixed;" value="" vertex="1">
+           <mxGeometry height="10" width="10" x="315" y="570" as="geometry" />
+         </mxCell>
+         <mxCell id="3QeEdlnvxezNMO2gkXxy-72" edge="1" parent="1" source="3QeEdlnvxezNMO2gkXxy-71" style="endArrow=none;html=1;rounded=0;entryX=1;entryY=0.5;entryDx=0;entryDy=0;exitX=0;exitY=0.5;exitDx=0;exitDy=0;" target="3QeEdlnvxezNMO2gkXxy-70" value="">
+           <mxGeometry height="50" relative="1" width="50" as="geometry">
+             <mxPoint x="350" y="620" as="sourcePoint" />
+             <mxPoint x="400" y="570" as="targetPoint" />
+           </mxGeometry>
+         </mxCell>
+         <mxCell id="3QeEdlnvxezNMO2gkXxy-73" parent="1" style="ellipse;whiteSpace=wrap;html=1;aspect=fixed;" value="" vertex="1">
+           <mxGeometry height="10" width="10" x="455" y="570" as="geometry" />
+         </mxCell>
+         <mxCell id="3QeEdlnvxezNMO2gkXxy-75" parent="1" style="html=1;whiteSpace=wrap;" value="YOLOServer" vertex="1">
+           <mxGeometry height="30" width="110" x="599" y="560" as="geometry" />
+         </mxCell>
+         <mxCell id="3QeEdlnvxezNMO2gkXxy-77" edge="1" parent="1" source="3QeEdlnvxezNMO2gkXxy-73" style="endArrow=none;html=1;rounded=0;entryX=0;entryY=0.5;entryDx=0;entryDy=0;exitX=1;exitY=0.5;exitDx=0;exitDy=0;" target="3QeEdlnvxezNMO2gkXxy-75" value="">
+           <mxGeometry height="50" relative="1" width="50" as="geometry">
+             <mxPoint x="550" y="550" as="sourcePoint" />
+             <mxPoint x="600" y="500" as="targetPoint" />
+           </mxGeometry>
+         </mxCell>
+         <mxCell id="3QeEdlnvxezNMO2gkXxy-78" parent="1" style="verticalAlign=top;align=left;overflow=fill;html=1;whiteSpace=wrap;" value="&lt;p style=&quot;margin:0px;margin-top:4px;text-align:center;&quot;&gt;&lt;b&gt;DetectionProcessor&lt;/b&gt;&lt;/p&gt;&lt;hr size=&quot;1&quot; style=&quot;border-style:solid;&quot;&gt;&lt;div style=&quot;height:2px;&quot;&gt;&lt;/div&gt;" vertex="1">
+           <mxGeometry height="190" width="140" x="320" y="710" as="geometry" />
+         </mxCell>
+         <mxCell id="3QeEdlnvxezNMO2gkXxy-79" parent="1" style="html=1;whiteSpace=wrap;" value=":DetectionProcessor" vertex="1">
+           <mxGeometry height="30" width="110" x="334" y="740" as="geometry" />
+         </mxCell>
+         <mxCell id="3QeEdlnvxezNMO2gkXxy-80" parent="1" style="html=1;whiteSpace=wrap;" value="detections:Detection[]" vertex="1">
+           <mxGeometry height="30" width="120" x="330" y="780" as="geometry" />
+         </mxCell>
+         <mxCell id="3QeEdlnvxezNMO2gkXxy-81" parent="1" style="html=1;whiteSpace=wrap;" value="capturePose:Pose" vertex="1">
+           <mxGeometry height="30" width="110" x="334" y="820" as="geometry" />
+         </mxCell>
+         <mxCell id="3QeEdlnvxezNMO2gkXxy-82" parent="1" style="html=1;whiteSpace=wrap;" value="frameId:int" vertex="1">
+           <mxGeometry height="30" width="110" x="334" y="860" as="geometry" />
        </mxCell>
      </root>
    </mxGraphModel>
  </diagram>
</mxfile>
